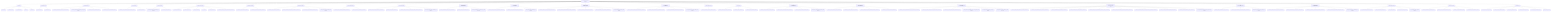
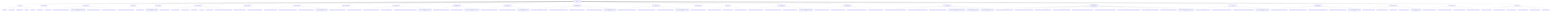
graph TD
    root["ToneSoul Documentation Authority"]
    root --> entrypoints["Entry Points"]
    entrypoints --> entrypoints_1["README.md"]
    entrypoints --> entrypoints_2["README.zh-TW.md"]
    entrypoints --> entrypoints_3["AI_ONBOARDING.md"]
    entrypoints --> entrypoints_4["INDEX.md"]
    entrypoints --> entrypoints_5["README.md"]
    root --> ai_operational_guides["AI Operational Guides"]
    ai_operational_guides --> ai_operational_guides_1["AI_QUICKSTART.md"]
    ai_operational_guides --> ai_operational_guides_2["AI_REFERENCE.md"]
    root --> canonical_architecture["Canonical Architecture"]
    canonical_architecture --> canonical_architecture_1["TONESOUL_EXTERNALIZED_COGNITIVE_ARCHITECTURE.md"]
    canonical_architecture --> canonical_architecture_2["TONESOUL_ARCHITECTURE_MEMORY_ANCHOR_2026-03-22.md"]
    canonical_architecture --> canonical_architecture_3["KNOWLEDGE_SURFACES_BOUNDARY_MAP.md"]
    canonical_architecture --> canonical_architecture_4["TONESOUL_EIGHT_LAYER_CONVERGENCE_MAP.md"]
    root --> deep_system_maps["Deep System Maps"]
    deep_system_maps --> deep_system_maps_1["TONESOUL_SYSTEM_OVERVIEW_AND_SUBSYSTEM_GUIDE.md"]
    deep_system_maps --> deep_system_maps_2["TONESOUL_ANATOMY.md"]
    root --> interpretive_readings["Interpretive Readings"]
    interpretive_readings --> interpretive_readings_1["TONESOUL_DEEP_READING_ANCHOR_2026-03-26.md"]
    interpretive_readings --> interpretive_readings_2["TONESOUL_CODEX_READING.md"]
    root --> governance_execution["Governance And Execution"]
    governance_execution --> governance_execution_1["7D_AUDIT_FRAMEWORK.md"]
    governance_execution --> governance_execution_2["7D_EXECUTION_SPEC.md"]
    governance_execution --> governance_execution_3["AUDIT_CONTRACT.md"]
    governance_execution --> governance_execution_4["API_SPEC.md"]
    governance_execution --> governance_execution_5["COUNCIL_RUNTIME.md"]
    governance_execution --> governance_execution_6["TONESOUL_SHARED_R_MEMORY_OPERATIONS_CONTRACT.md"]
    root --> claim_authority_distillation["Claim Authority Distillation"]
    claim_authority_distillation --> claim_authority_distillation_1["TONESOUL_CLAIM_AUTHORITY_MATRIX.md"]
    claim_authority_distillation --> claim_authority_distillation_2["TONESOUL_LAW_RUNTIME_BOUNDARY_CONTRACT.md"]
    root --> evidence_topology_and_verifiability["Evidence And Verifiability"]
    evidence_topology_and_verifiability --> evidence_topology_and_verifiability_1["TONESOUL_CLAIM_TO_EVIDENCE_MATRIX.md"]
    evidence_topology_and_verifiability --> evidence_topology_and_verifiability_2["TONESOUL_EVIDENCE_LADDER_AND_VERIFIABILITY_CONTRACT.md"]
    evidence_topology_and_verifiability --> evidence_topology_and_verifiability_3["TONESOUL_TEST_AND_VALIDATION_TOPOLOGY_MAP.md"]
    evidence_topology_and_verifiability --> evidence_topology_and_verifiability_4["tonesoul_evidence_followup_candidates_2026-03-29.md"]
    root --> subject_refresh_boundaries["Subject Refresh Boundaries"]
    subject_refresh_boundaries --> subject_refresh_boundaries_1["TONESOUL_SUBJECT_REFRESH_BOUNDARY_CONTRACT.md"]
    subject_refresh_boundaries --> subject_refresh_boundaries_2["TONESOUL_SUBJECT_SNAPSHOT_FIELD_LANES.md"]
    root --> control_plane_discipline["Control Plane Discipline"]
    control_plane_discipline --> control_plane_discipline_1["TONESOUL_TASK_TRACK_AND_READINESS_CONTRACT.md"]
    control_plane_discipline --> control_plane_discipline_2["TONESOUL_PLAN_DELTA_CONTRACT.md"]
    control_plane_discipline --> control_plane_discipline_3["TONESOUL_MIRROR_RUPTURE_FAIL_STOP_AND_LOW_DRIFT_ANCHOR_CONTRACT.md"]
    control_plane_discipline --> control_plane_discipline_4["tonesoul_control_plane_followup_candidates_2026-03-28.md"]
    root --> observable_shell_and_axiom_boundaries["Observable-Shell And Axiom Boundaries"]
    observable_shell_and_axiom_boundaries --> observable_shell_and_axiom_boundaries_1["TONESOUL_OBSERVABLE_SHELL_OPACITY_CONTRACT.md"]
    observable_shell_and_axiom_boundaries --> observable_shell_and_axiom_boundaries_2["TONESOUL_AXIOM_FALSIFICATION_MAP.md"]
    observable_shell_and_axiom_boundaries --> observable_shell_and_axiom_boundaries_3["tonesoul_observability_and_axiom_adoption_review_2026-03-28.md"]
    root --> council_deliberation_discipline["Council Deliberation Discipline"]
    council_deliberation_discipline --> council_deliberation_discipline_1["TONESOUL_COUNCIL_DOSSIER_AND_DISSENT_CONTRACT.md"]
    council_deliberation_discipline --> council_deliberation_discipline_2["TONESOUL_ADAPTIVE_DELIBERATION_MODE_CONTRACT.md"]
    council_deliberation_discipline --> council_deliberation_discipline_3["tonesoul_council_followup_candidates_2026-03-28.md"]
    root --> continuity_import_and_receiver_discipline["Continuity Import And Receiver Discipline"]
    continuity_import_and_receiver_discipline --> continuity_import_and_receiver_discipline_1["TONESOUL_CONTINUITY_IMPORT_AND_DECAY_CONTRACT.md"]
    continuity_import_and_receiver_discipline --> continuity_import_and_receiver_discipline_2["TONESOUL_RECEIVER_INTERPRETATION_BOUNDARY_CONTRACT.md"]
    continuity_import_and_receiver_discipline --> continuity_import_and_receiver_discipline_3["TONESOUL_CONTINUITY_SURFACE_LIFECYCLE_MAP.md"]
    continuity_import_and_receiver_discipline --> continuity_import_and_receiver_discipline_4["TONESOUL_WORKING_STYLE_CONTINUITY_CONTRACT.md"]
    continuity_import_and_receiver_discipline --> continuity_import_and_receiver_discipline_5["tonesoul_continuity_followup_candidates_2026-03-29.md"]
    root --> council_realism_and_calibration["Council Realism And Calibration"]
    council_realism_and_calibration --> council_realism_and_calibration_1["TONESOUL_COUNCIL_REALISM_AND_INDEPENDENCE_CONTRACT.md"]
    council_realism_and_calibration --> council_realism_and_calibration_2["TONESOUL_COUNCIL_CONFIDENCE_AND_CALIBRATION_MAP.md"]
    council_realism_and_calibration --> council_realism_and_calibration_3["TONESOUL_ADVERSARIAL_DELIBERATION_ADOPTION_MAP.md"]
    council_realism_and_calibration --> council_realism_and_calibration_4["tonesoul_council_realism_followup_candidates_2026-03-29.md"]
    root --> context_continuity_adoption["Context Continuity Adoption"]
    context_continuity_adoption --> context_continuity_adoption_1["TONESOUL_CONTEXT_CONTINUITY_ADOPTION_MAP.md"]
    root --> prompt_discipline_skeleton["Prompt Discipline"]
    prompt_discipline_skeleton --> prompt_discipline_skeleton_1["TONESOUL_PROMPT_DISCIPLINE_SKELETON.md"]
    prompt_discipline_skeleton --> prompt_discipline_skeleton_2["TONESOUL_PROMPT_VARIANTS.md"]
    prompt_discipline_skeleton --> prompt_discipline_skeleton_3["TONESOUL_PROMPT_STARTER_CARDS.md"]
    root --> prompt_surface_topology_and_adoption["Prompt Surface Topology And Adoption"]
    prompt_surface_topology_and_adoption --> prompt_surface_topology_and_adoption_1["TONESOUL_PROMPT_SURFACE_ADOPTION_MATRIX.md"]
    prompt_surface_topology_and_adoption --> prompt_surface_topology_and_adoption_2["TONESOUL_PROMPT_SURFACE_BOUNDARY_CONTRACT.md"]
    prompt_surface_topology_and_adoption --> prompt_surface_topology_and_adoption_3["TONESOUL_PROMPT_SURFACE_TOPOLOGY_MAP.md"]
    prompt_surface_topology_and_adoption --> prompt_surface_topology_and_adoption_4["tonesoul_prompt_adoption_followup_candidates_2026-03-29.md"]
    root --> reality_alignment_and_render_boundaries["Reality Alignment And Render Boundaries"]
    reality_alignment_and_render_boundaries --> reality_alignment_and_render_boundaries_1["TONESOUL_ENTRY_SURFACE_REALITY_BASELINE.md"]
    reality_alignment_and_render_boundaries --> reality_alignment_and_render_boundaries_2["TONESOUL_DOC_METRIC_AND_COUNT_METHOD.md"]
    reality_alignment_and_render_boundaries --> reality_alignment_and_render_boundaries_3["TONESOUL_RENDER_LAYER_AND_ENCODING_BOUNDARY_CONTRACT.md"]
    reality_alignment_and_render_boundaries --> reality_alignment_and_render_boundaries_4["TONESOUL_DOC_DRIFT_AND_CONFLICT_REGISTER.md"]
    root --> successor_continuity_and_hot_memory["Successor Continuity And Hot Memory"]
    successor_continuity_and_hot_memory --> successor_continuity_and_hot_memory_1["TONESOUL_SUCCESSOR_COLLABORATION_AND_HOT_MEMORY_CONTRACT.md"]
    successor_continuity_and_hot_memory --> successor_continuity_and_hot_memory_2["TONESOUL_LOW_DRIFT_ANCHOR_SOURCE_PRECEDENCE_CONTRACT.md"]
    successor_continuity_and_hot_memory --> successor_continuity_and_hot_memory_3["TONESOUL_HOT_MEMORY_DECAY_AND_COMPRESSION_MAP.md"]
    successor_continuity_and_hot_memory --> successor_continuity_and_hot_memory_4["tonesoul_successor_collaboration_and_hot_memory_program_2026-04-02.md"]
    successor_continuity_and_hot_memory --> successor_continuity_and_hot_memory_5["tonesoul_subsystem_parity_and_gap_map_2026-04-02.md"]
    successor_continuity_and_hot_memory --> successor_continuity_and_hot_memory_6["tonesoul_successor_sidecar_residue_triage_2026-04-02.md"]
    root --> research_driven_memory_interop_and_knowledge_layer["Research-Driven Memory Interop And Knowledge Layer"]
    research_driven_memory_interop_and_knowledge_layer --> research_driven_memory_interop_and_knowledge_layer_1["TONESOUL_CROSS_AGENT_MEMORY_CONSUMER_CONTRACT.md"]
    research_driven_memory_interop_and_knowledge_layer --> research_driven_memory_interop_and_knowledge_layer_2["TONESOUL_CLAUDE_COMPATIBLE_ENTRY_ADAPTER_CONTRACT.md"]
    research_driven_memory_interop_and_knowledge_layer --> research_driven_memory_interop_and_knowledge_layer_3["TONESOUL_KNOWLEDGE_LAYER_BOUNDARY_CONTRACT.md"]
    research_driven_memory_interop_and_knowledge_layer --> research_driven_memory_interop_and_knowledge_layer_4["TONESOUL_LAUNCH_HEALTH_TREND_READOUT_CONTRACT.md"]
    research_driven_memory_interop_and_knowledge_layer --> research_driven_memory_interop_and_knowledge_layer_5["TONESOUL_INTERNAL_STATE_OBSERVABILITY_REALITY_CHECK_CONTRACT.md"]
    research_driven_memory_interop_and_knowledge_layer --> research_driven_memory_interop_and_knowledge_layer_6["TONESOUL_SURFACE_VERSIONING_AND_CONSUMER_LINEAGE_CONTRACT.md"]
    research_driven_memory_interop_and_knowledge_layer --> research_driven_memory_interop_and_knowledge_layer_7["TONESOUL_KNOWLEDGE_LAYER_SOURCE_TAXONOMY_AND_PARKING_CONTRACT.md"]
    research_driven_memory_interop_and_knowledge_layer --> research_driven_memory_interop_and_knowledge_layer_8["TONESOUL_COMPILED_KNOWLEDGE_LANDING_ZONE_SPEC.md"]
    research_driven_memory_interop_and_knowledge_layer --> research_driven_memory_interop_and_knowledge_layer_9["TONESOUL_OPERATOR_RETRIEVAL_QUERY_CONTRACT.md"]
    research_driven_memory_interop_and_knowledge_layer --> research_driven_memory_interop_and_knowledge_layer_10["tonesoul_research_lines_and_memory_interop_program_2026-04-06.md"]
    root --> bounded_self_improvement_loop["Bounded Self-Improvement Loop"]
    bounded_self_improvement_loop --> bounded_self_improvement_loop_1["TONESOUL_SELF_IMPROVEMENT_LOOP_V0_SPEC.md"]
    bounded_self_improvement_loop --> bounded_self_improvement_loop_2["TONESOUL_SELF_IMPROVEMENT_EVALUATOR_HARNESS_CONTRACT.md"]
-     bounded_self_improvement_loop --> bounded_self_improvement_loop_3["tonesoul_self_improvement_loop_v0_program_2026-04-06.md"]
+     bounded_self_improvement_loop --> bounded_self_improvement_loop_3["TONESOUL_EXPERIMENT_REGISTRY_AND_LINEAGE_BOUNDARY_CONTRACT.md"]
+     bounded_self_improvement_loop --> bounded_self_improvement_loop_4["tonesoul_self_improvement_loop_v0_program_2026-04-06.md"]
    root --> entry_simplification_and_lineage_routing["Entry Simplification And Lineage Routing"]
    entry_simplification_and_lineage_routing --> entry_simplification_and_lineage_routing_1["TONESOUL_AUDIENCE_ROUTING_AND_ENTRY_CONTRACT.md"]
    entry_simplification_and_lineage_routing --> entry_simplification_and_lineage_routing_2["TONESOUL_HISTORICAL_SPEC_AND_LEGACY_SURFACE_MAP.md"]
    entry_simplification_and_lineage_routing --> entry_simplification_and_lineage_routing_3["TONESOUL_DOC_SURFACE_SIMPLIFICATION_BOUNDARY_CONTRACT.md"]
    entry_simplification_and_lineage_routing --> entry_simplification_and_lineage_routing_4["TONESOUL_ENCODING_AND_MOJIBAKE_HAZARD_REGISTER.md"]
    entry_simplification_and_lineage_routing --> entry_simplification_and_lineage_routing_5["tonesoul_docs_cleanup_wave_candidates_2026-03-29.md"]
    root --> doc_governance["Documentation Governance"]
    doc_governance --> doc_governance_1["DOCS_INFORMATION_ARCHITECTURE_v1.md"]
    doc_governance --> doc_governance_2["DOCS_CLASSIFICATION_LEDGER_v1.md"]
    doc_governance --> doc_governance_3["FILE_PURPOSE_MAP.md"]
    doc_governance --> doc_governance_4["doc_convergence_inventory_latest.json"]
    doc_governance --> doc_governance_5["doc_convergence_cleanup_plan_2026-03-22.md"]
    root --> convergence_contracts["Convergence Contracts"]
    convergence_contracts --> convergence_contracts_1["BASENAME_DIVERGENCE_DISTILLATION_MAP.md"]
    convergence_contracts --> convergence_contracts_2["PRIVATE_MEMORY_SHADOW_BOUNDARY_MAP.md"]
    convergence_contracts --> convergence_contracts_3["PARADOX_FIXTURE_OWNERSHIP_MAP.md"]
    convergence_contracts --> convergence_contracts_4["ENGINEERING_MIRROR_OWNERSHIP_MAP.md"]
    root --> generated_status["Generated Status"]
    generated_status --> generated_status_1["doc_convergence_inventory_latest.json"]
    generated_status --> generated_status_2["basename_divergence_distillation_latest.json"]
    generated_status --> generated_status_3["private_memory_shadow_latest.json"]
    generated_status --> generated_status_4["paradox_fixture_ownership_latest.json"]
    generated_status --> generated_status_5["engineering_mirror_ownership_latest.json"]
    generated_status --> generated_status_6["claim_authority_latest.json"]
